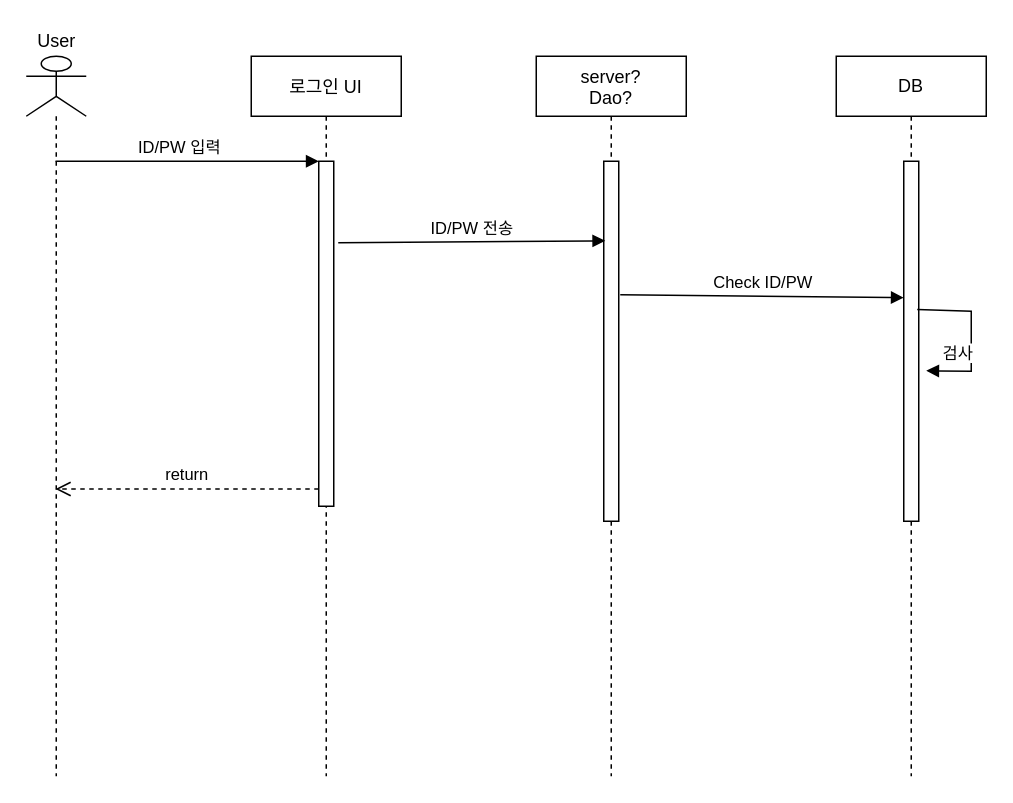
junyup0503/diagram keeps this draw.io diagram as practice/sequence01.drawio. Above is the earlier version. Source tidied: cells renumbered, new cells numbered last; positions are measured from the earlier drawing's top-left corner, leaving out a move shared by most shapes. Both pictures are drawn from the tidied source at 150%, with x=0, y=0 at pixel (26, 26).
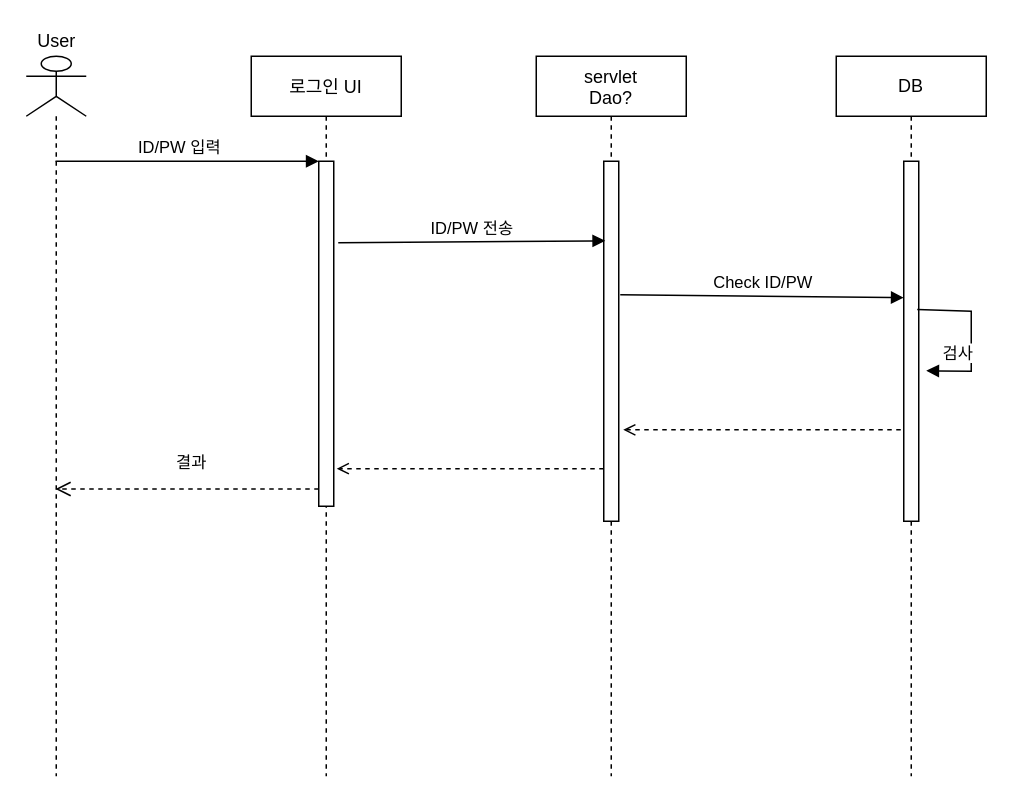
Above is the later version.

Diff of the diagram source:
```diff
@@
 <mxGraphModel>
   <root>
     <mxCell id="0" />
     <mxCell id="1" parent="0" />
     <mxCell id="2" value="로그인 UI" style="shape=umlLifeline;perimeter=lifelinePerimeter;rounded=0;shadow=0;strokeWidth=1;" parent="1" vertex="1">
       <mxGeometry x="150" y="20" width="100" height="480" as="geometry" />
     </mxCell>
     <mxCell id="3" style="html=1;points=[];perimeter=orthogonalPerimeter;" parent="2" vertex="1">
       <mxGeometry x="45" y="70" width="10" height="230" as="geometry" />
     </mxCell>
-    <mxCell id="4" value="server?&#10;Dao?" style="shape=umlLifeline;perimeter=lifelinePerimeter;rounded=0;shadow=0;strokeWidth=1;" parent="1" vertex="1">
+    <mxCell id="4" value="servlet&#10;Dao?" style="shape=umlLifeline;perimeter=lifelinePerimeter;rounded=0;shadow=0;strokeWidth=1;" parent="1" vertex="1">
       <mxGeometry x="340" y="20" width="100" height="480" as="geometry" />
     </mxCell>
     <mxCell id="5" style="html=1;points=[];perimeter=orthogonalPerimeter;" parent="4" vertex="1">
       <mxGeometry x="45" y="70" width="10" height="240" as="geometry" />
     </mxCell>
     <mxCell id="6" style="shape=umlLifeline;participant=umlActor;perimeter=lifelinePerimeter;whiteSpace=wrap;html=1;verticalAlign=top;spacingTop=36;outlineConnect=0;" parent="1" vertex="1">
       <mxGeometry y="20" width="40" height="480" as="geometry" />
     </mxCell>
     <mxCell id="7" value="ID/PW 입력" style="html=1;verticalAlign=bottom;endArrow=block;entryX=0;entryY=0;rounded=0;" parent="1" edge="1" source="6" target="3">
       <mxGeometry x="-0.06" relative="1" as="geometry" />
     </mxCell>
-    <mxCell id="8" value="return" style="html=1;verticalAlign=bottom;endArrow=open;dashed=1;endSize=8;exitX=0;exitY=0.95;rounded=0;" parent="1" edge="1" source="3" target="6">
-      <mxGeometry relative="1" as="geometry" />
+    <mxCell id="8" value="결과" style="html=1;verticalAlign=bottom;endArrow=open;dashed=1;endSize=8;exitX=0;exitY=0.95;rounded=0;" parent="1" edge="1" source="3" target="6">
+      <mxGeometry x="-0.03" y="-8" relative="1" as="geometry" />
     </mxCell>
     <mxCell id="9" value="DB" style="shape=umlLifeline;perimeter=lifelinePerimeter;whiteSpace=wrap;html=1;" parent="1" vertex="1">
       <mxGeometry x="540" y="20" width="100" height="480" as="geometry" />
     </mxCell>
     <mxCell id="10" style="html=1;points=[];perimeter=orthogonalPerimeter;" parent="9" vertex="1">
       <mxGeometry x="45" y="70" width="10" height="240" as="geometry" />
     </mxCell>
     <mxCell id="11" value="검사" style="html=1;verticalAlign=bottom;endArrow=block;rounded=0;entryX=1.5;entryY=0.582;entryDx=0;entryDy=0;entryPerimeter=0;exitX=0.9;exitY=0.412;exitDx=0;exitDy=0;exitPerimeter=0;" parent="9" edge="1" source="10" target="10">
       <mxGeometry x="0.37" y="-10" relative="1" as="geometry">
         <Array as="points">
           <mxPoint x="90" y="170" />
           <mxPoint x="90" y="210" />
         </Array>
         <mxPoint x="1" as="offset" />
       </mxGeometry>
     </mxCell>
     <mxCell id="12" value="ID/PW 전송" style="html=1;verticalAlign=bottom;endArrow=block;rounded=0;exitX=1.3;exitY=0.236;exitDx=0;exitDy=0;exitPerimeter=0;entryX=0.1;entryY=0.221;entryDx=0;entryDy=0;entryPerimeter=0;" parent="1" edge="1" source="3" target="5">
       <mxGeometry relative="1" as="geometry" />
     </mxCell>
     <mxCell id="13" value="Check ID/PW" style="html=1;verticalAlign=bottom;endArrow=block;rounded=0;exitX=1.1;exitY=0.371;exitDx=0;exitDy=0;exitPerimeter=0;entryX=0;entryY=0.379;entryDx=0;entryDy=0;entryPerimeter=0;" parent="1" edge="1" source="5" target="10">
       <mxGeometry relative="1" as="geometry" />
     </mxCell>
     <mxCell id="14" value="User" style="text;html=1;align=center;verticalAlign=middle;strokeColor=none;fillColor=none;" parent="1" vertex="1">
       <mxGeometry width="40" height="20" as="geometry" />
     </mxCell>
+    <mxCell id="15" style="edgeStyle=orthogonalEdgeStyle;rounded=0;jettySize=auto;html=1;entryX=1.3;entryY=0.746;entryDx=0;entryDy=0;entryPerimeter=0;exitX=-0.2;exitY=0.746;exitDx=0;exitDy=0;exitPerimeter=0;endArrow=open;endFill=0;dashed=1;" parent="1" edge="1" source="10" target="5">
+      <mxGeometry relative="1" as="geometry" />
+    </mxCell>
+    <mxCell id="16" style="edgeStyle=orthogonalEdgeStyle;rounded=0;jettySize=auto;html=1;entryX=1.2;entryY=0.891;entryDx=0;entryDy=0;entryPerimeter=0;exitX=0;exitY=0.854;exitDx=0;exitDy=0;exitPerimeter=0;dashed=1;endArrow=open;endFill=0;" parent="1" edge="1" source="5" target="3">
+      <mxGeometry relative="1" as="geometry" />
+    </mxCell>
   </root>
 </mxGraphModel>
```
